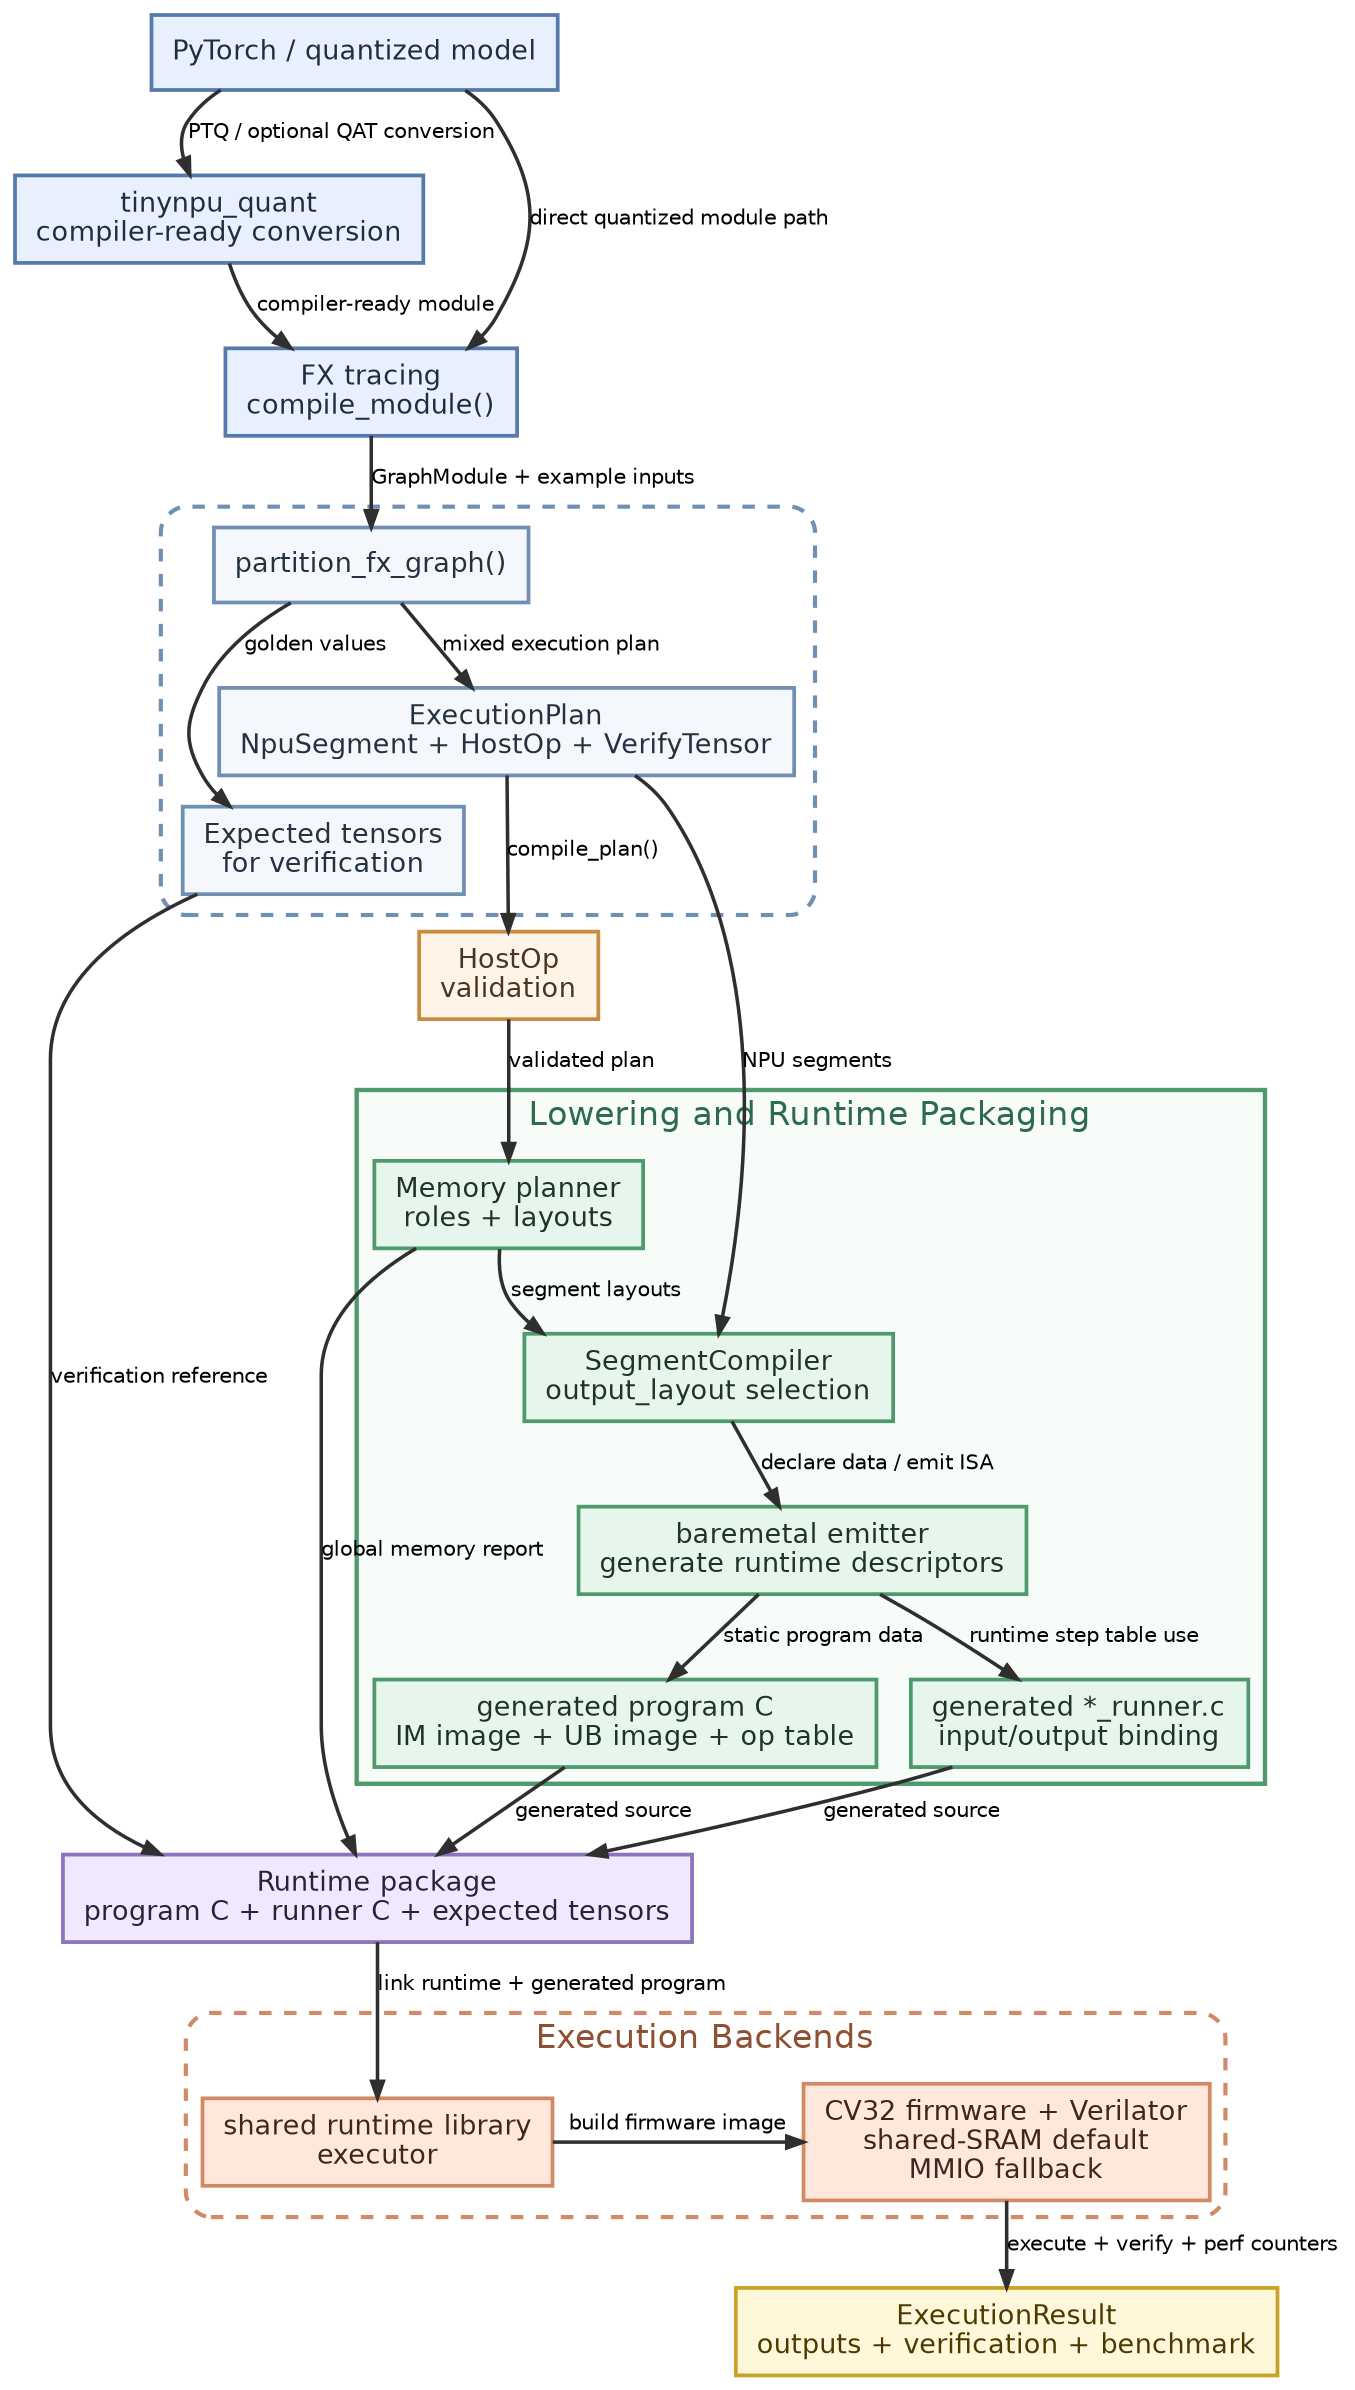
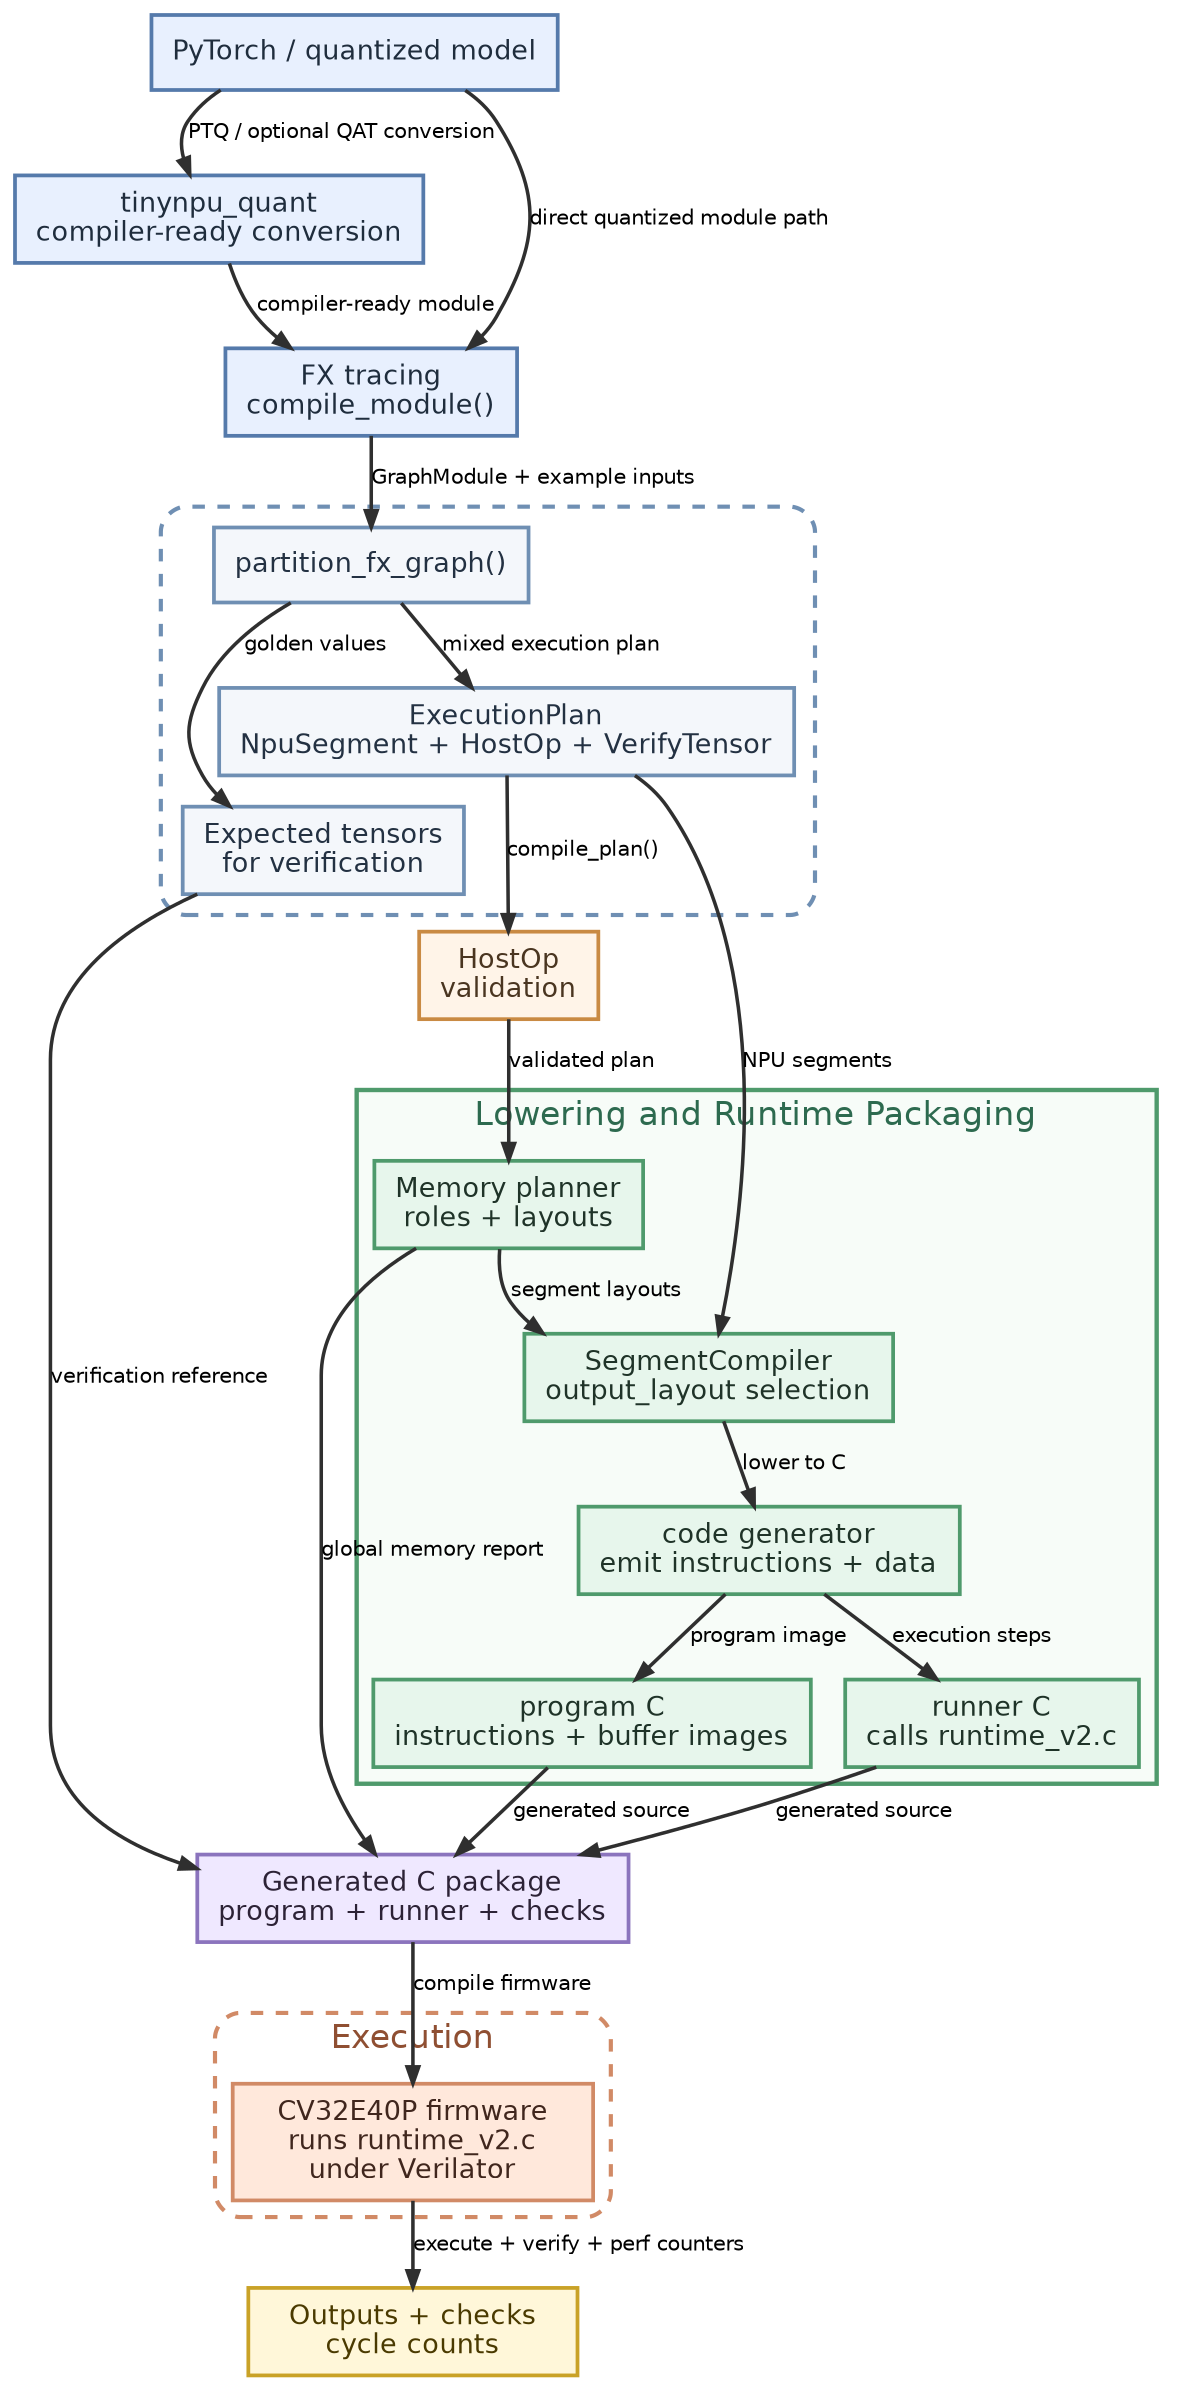
digraph TinyNPUCompilerStack {
    graph [
        rankdir=TB,
        newrank=true,
        splines=true,
        pad=0.1,
        nodesep=0.22,
        ranksep=0.4,
        bgcolor="white",
        fontname="Helvetica",
        fontsize=18
    ];

    node [
        shape=box,
        style="filled",
        fontname="Helvetica",
        fontsize=13,
        penwidth=1.8,
        margin="0.14,0.10"
    ];

    edge [
        fontname="Helvetica",
        fontsize=10,
        color="#2f2f2f",
        penwidth=1.7,
        arrowsize=0.8
    ];

    Model [label="PyTorch / quantized model", fillcolor="#E8F0FE", color="#557AAB", fontcolor="#1f2d3d"];
    Quant [label="tinynpu_quant\ncompiler-ready conversion", fillcolor="#E8F0FE", color="#557AAB", fontcolor="#1f2d3d"];
    FX [label="FX tracing\ncompile_module()", fillcolor="#E8F0FE", color="#557AAB", fontcolor="#1f2d3d"];

    subgraph cluster_partition {
        label="";
        color="#6F8FB3";
        penwidth=2.0;
        style="rounded,dashed";
        fillcolor="white";
        fontcolor="#355C7D";
        fontsize=16;
        margin="10,12";

        Partition [label="partition_fx_graph()", fillcolor="#F4F7FB", color="#6F8FB3", fontcolor="#233142"];
        Plan [label="ExecutionPlan\nNpuSegment + HostOp + VerifyTensor", fillcolor="#F4F7FB", color="#6F8FB3", fontcolor="#233142", width=2.7];
        Expected [label="Expected tensors\nfor verification", fillcolor="#F4F7FB", color="#6F8FB3", fontcolor="#233142"];
    }

    Validate [label="HostOp\nvalidation", fillcolor="#FFF4E8", color="#C98A43", fontcolor="#4A3520"];

    subgraph cluster_lowering {
        label="Lowering and Runtime Packaging";
        color="#4F9A6C";
        penwidth=2.1;
        style="filled";
        fillcolor="#F7FCF8";
        fontcolor="#2D6A4F";
        fontsize=16;

        Planner [label="Memory planner\nroles + layouts", fillcolor="#E7F6EC", color="#4F9A6C", fontcolor="#1f3328"];
        Compiler [label="SegmentCompiler\noutput_layout selection", fillcolor="#E7F6EC", color="#4F9A6C", fontcolor="#1f3328"];
-         Program [label="baremetal emitter\ngenerate runtime descriptors", fillcolor="#E7F6EC", color="#4F9A6C", fontcolor="#1f3328", width=2.4];
-         Segment [label="generated program C\nIM image + UB image + op table", fillcolor="#E7F6EC", color="#4F9A6C", fontcolor="#1f3328", width=2.5];
-         Runner [label="generated *_runner.c\ninput/output binding", fillcolor="#E7F6EC", color="#4F9A6C", fontcolor="#1f3328"];
+         Program [label="code generator\nemit instructions + data", fillcolor="#E7F6EC", color="#4F9A6C", fontcolor="#1f3328", width=2.4];
+         Segment [label="program C\ninstructions + buffer images", fillcolor="#E7F6EC", color="#4F9A6C", fontcolor="#1f3328", width=2.5];
+         Runner [label="runner C\ncalls runtime_v2.c", fillcolor="#E7F6EC", color="#4F9A6C", fontcolor="#1f3328"];
    }

-     Artifact [label="Runtime package\nprogram C + runner C + expected tensors", fillcolor="#EFE8FF", color="#8B74BD", fontcolor="#2C2236", width=2.6];
+     Artifact [label="Generated C package\nprogram + runner + checks", fillcolor="#EFE8FF", color="#8B74BD", fontcolor="#2C2236", width=2.6];

    subgraph cluster_runtime {
-         label="Execution Backends";
+         label="Execution";
        color="#D18A66";
        penwidth=2.0;
        style="rounded,dashed";
        fillcolor="white";
        fontcolor="#8F4F32";
        fontsize=16;

-         HostExec [label="shared runtime library\nexecutor", fillcolor="#FFE8DB", color="#D18A66", fontcolor="#40261d", width=2.2];
-         SimExec [label="CV32 firmware + Verilator\nshared-SRAM default\nMMIO fallback", fillcolor="#FFE8DB", color="#D18A66", fontcolor="#40261d", width=2.4];
+         SimExec [label="CV32E40P firmware\nruns runtime_v2.c\nunder Verilator", fillcolor="#FFE8DB", color="#D18A66", fontcolor="#40261d", width=2.4];
    }

-     Result [label="ExecutionResult\noutputs + verification + benchmark", fillcolor="#FFF7D9", color="#C9A227", fontcolor="#4A3A00", width=2.2];
- 
-     { rank=same; HostExec; SimExec; }
+     Result [label="Outputs + checks\ncycle counts", fillcolor="#FFF7D9", color="#C9A227", fontcolor="#4A3A00", width=2.2];

    Model -> Quant [label="PTQ / optional QAT conversion"];
    Quant -> FX [label="compiler-ready module"];
    Model -> FX [label="direct quantized module path"];

    FX -> Partition [label="GraphModule + example inputs"];
    Partition -> Plan [label="mixed execution plan"];
    Partition -> Expected [label="golden values"];

    Plan -> Validate [label="compile_plan()"];
    Validate -> Planner [label="validated plan"];
    Planner -> Compiler [label="segment layouts"];
    Plan -> Compiler [label="NPU segments"];
-     Compiler -> Program [label="declare data / emit ISA"];
-     Program -> Segment [label="static program data"];
-     Program -> Runner [label="runtime step table use"];
+     Compiler -> Program [label="lower to C"];
+     Program -> Segment [label="program image"];
+     Program -> Runner [label="execution steps"];
    Segment -> Artifact [label="generated source"];
    Runner -> Artifact [label="generated source"];
    Expected -> Artifact [label="verification reference"];
    Planner -> Artifact [label="global memory report"];

-     Artifact -> HostExec [label="link runtime + generated program"];
-     HostExec -> SimExec [label="build firmware image"];
+     Artifact -> SimExec [label="compile firmware"];
    SimExec -> Result [label="execute + verify + perf counters"];
}
